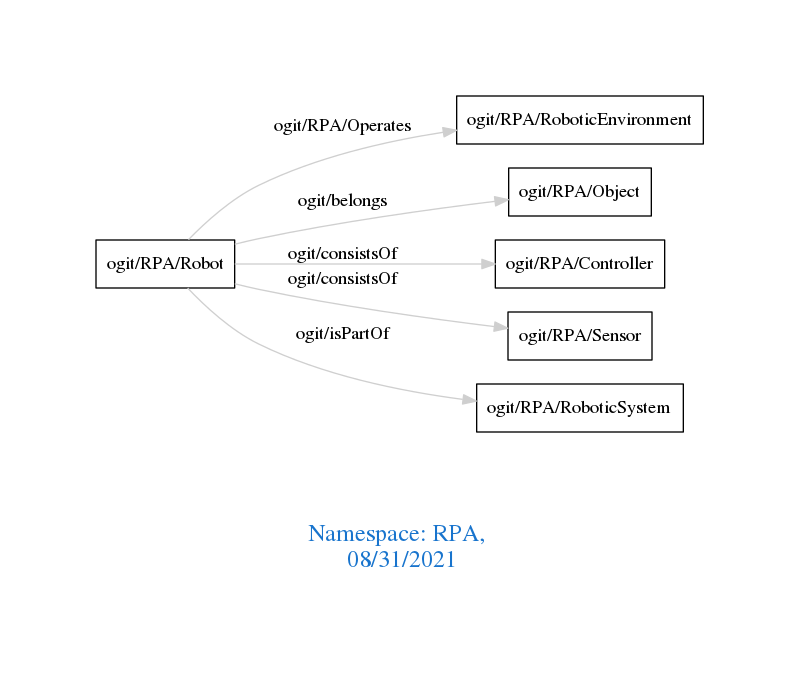
Before: downloads/RPA.png, a diagram exported from Graphviz (arago/OGIT). Its source is kept beside it as downloads/RPA.dot.
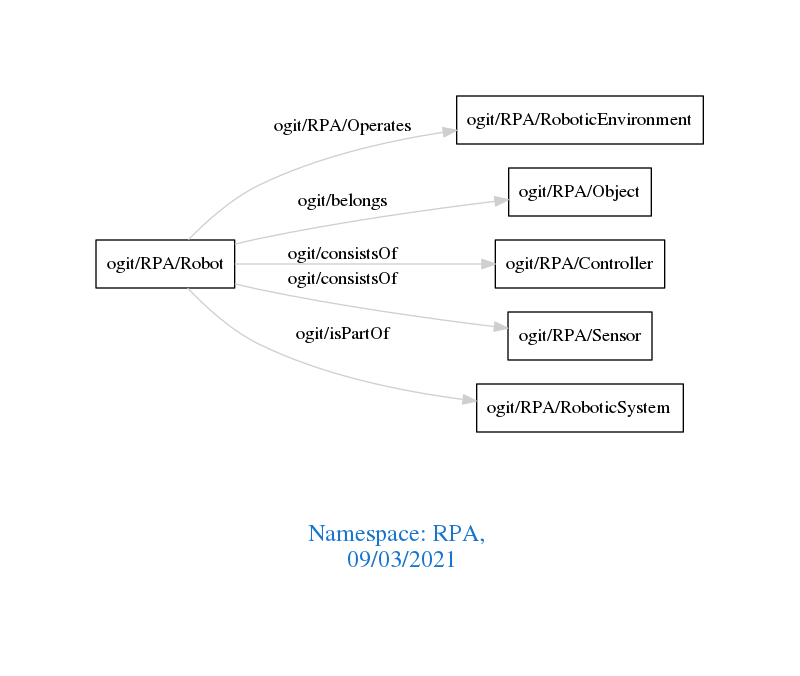
The same diagram one commit later.

The edit, as a diff of the source:
```diff
@@ -1,7 +1,7 @@
 digraph OGIT_ontology {
  graph [ rankdir= LR,pad=1
 fontsize = 18,
-fontcolor= dodgerblue3,label = "\n\n\nNamespace: RPA, \n 08/31/2021"];
+fontcolor= dodgerblue3,label = "\n\n\nNamespace: RPA, \n 09/03/2021"];
 node[shape=polygon];
 edge [  color="gray81"];
 
```
